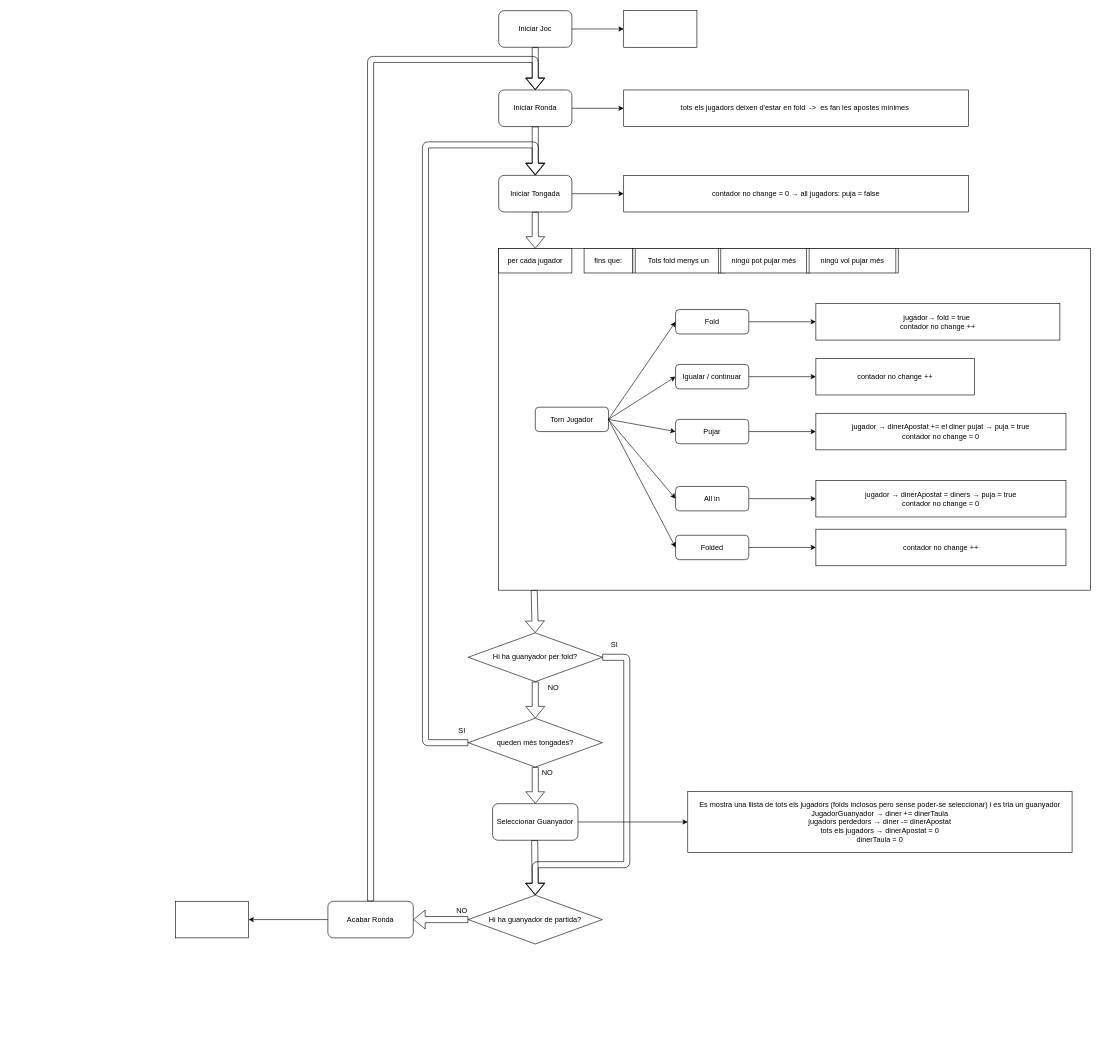
Earlier version of the draw.io diagram esquema_partida.drawio (Morgan1420/app_apostes). Source tidied: cells renumbered, new cells numbered last; positions are measured from the earlier drawing's top-left corner, leaving out a move shared by most shapes. Both pictures are drawn from the tidied source at 61%, with x=0, y=0 at pixel (175, 10).
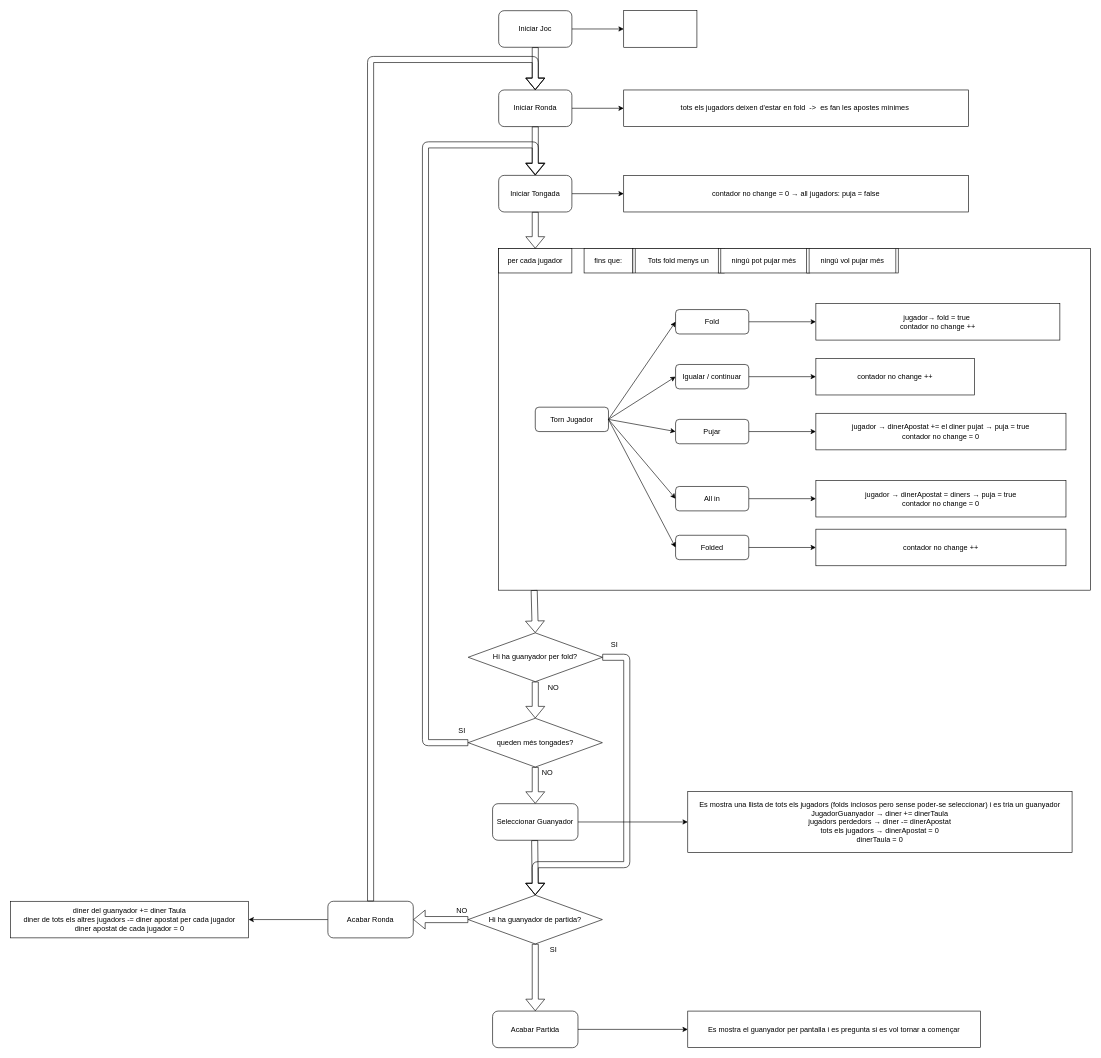
The same diagram, later.

Unchanged cells that the change refers to:
```xml
<mxCell id="55" value="Hi ha guanyador de partida?" style="rhombus;whiteSpace=wrap;html=1;" parent="1" vertex="1">
  <mxGeometry x="480" y="1450" width="220" height="80" as="geometry" />
</mxCell>
```

What changed in the source:
```diff
@@
-    <mxCell id="54" style="rounded=0;whiteSpace=wrap;html=1;" parent="1" vertex="1">
-      <mxGeometry y="1460" width="120" height="60" as="geometry" />
+    <mxCell id="54" value="diner del guanyador += diner Taula&lt;br&gt;diner de tots els altres jugadors -= diner apostat per cada jugador&lt;br&gt;diner apostat de cada jugador = 0" style="rounded=0;whiteSpace=wrap;html=1;" parent="1" vertex="1">
+      <mxGeometry x="-270" y="1460" width="390" height="60" as="geometry" />
     </mxCell>
@@
+    <mxCell id="64" value="SI" style="text;html=1;strokeColor=none;fillColor=none;align=center;verticalAlign=middle;whiteSpace=wrap;rounded=0;" parent="1" vertex="1">
+      <mxGeometry x="600" y="1530" width="40" height="20" as="geometry" />
+    </mxCell>
+    <mxCell id="65" value="Acabar Partida" style="rounded=1;whiteSpace=wrap;html=1;" parent="1" vertex="1">
+      <mxGeometry x="520" y="1640" width="140" height="60" as="geometry" />
+    </mxCell>
+    <mxCell id="66" style="edgeStyle=orthogonalEdgeStyle;rounded=0;jettySize=auto;html=1;" parent="1" edge="1" source="65" target="67">
+      <mxGeometry relative="1" as="geometry" />
+    </mxCell>
+    <mxCell id="67" value="Es mostra el guanyador per pantalla i es pregunta si es vol tornar a començar" style="rounded=0;whiteSpace=wrap;html=1;" parent="1" vertex="1">
+      <mxGeometry x="840" y="1640" width="480" height="60" as="geometry" />
+    </mxCell>
+    <mxCell id="68" style="shape=flexArrow;endArrow=classic;html=1;exitX=0.5;exitY=1;exitDx=0;exitDy=0;entryX=0.5;entryY=0;entryDx=0;entryDy=0;" parent="1" edge="1" source="55" target="65">
+      <mxGeometry relative="1" as="geometry" />
+    </mxCell>
```
